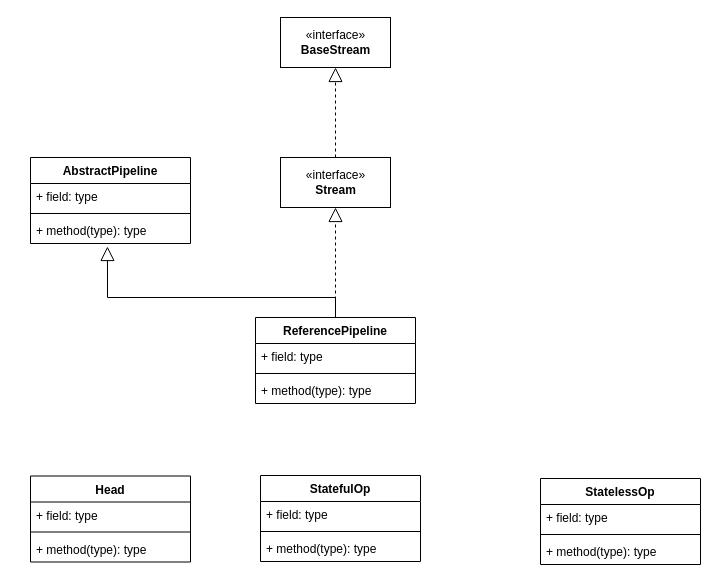
ZiqingYip/moment keeps this draw.io diagram as JavaStream.drawio. Above is the earlier version. Source tidied: cells renumbered, new cells numbered last; positions are measured from the earlier drawing's top-left corner, leaving out a move shared by most shapes. Both pictures are drawn from the tidied source at 100%, with x=0, y=0 at pixel (30, 17).
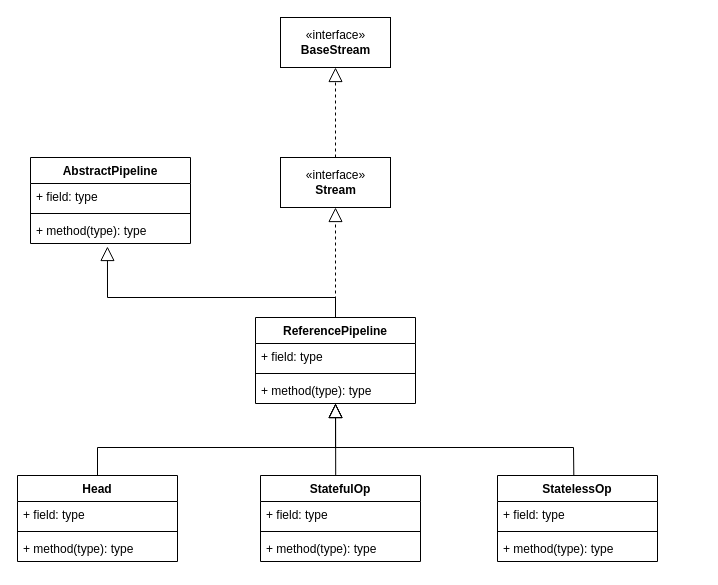
After the change.

The change refers to these unchanged cells:
```xml
<mxCell id="3" value="ReferencePipeline" style="swimlane;fontStyle=1;align=center;verticalAlign=top;horizontal=1;startSize=26;" parent="1" vertex="1">
  <mxGeometry x="225" y="300" width="160" height="86" as="geometry" />
</mxCell>
<mxCell id="15" value="StatefulOp" style="swimlane;fontStyle=1;align=center;verticalAlign=top;horizontal=1;startSize=26;" parent="1" vertex="1">
  <mxGeometry x="230" y="458" width="160" height="86" as="geometry" />
</mxCell>
```

Change to the diagram source:
```diff
@@
     <mxCell id="11" value="Head" style="swimlane;fontStyle=1;align=center;verticalAlign=top;horizontal=1;startSize=26;" parent="1" vertex="1">
-      <mxGeometry y="458.5" width="160" height="86" as="geometry" />
+      <mxGeometry x="-13" y="458" width="160" height="86" as="geometry" />
     </mxCell>
@@
     <mxCell id="19" value="StatelessOp" style="swimlane;fontStyle=1;align=center;verticalAlign=top;horizontal=1;startSize=26;" parent="1" vertex="1">
-      <mxGeometry x="510" y="461" width="160" height="86" as="geometry" />
+      <mxGeometry x="467" y="458" width="160" height="86" as="geometry" />
     </mxCell>
@@
+    <mxCell id="27" style="endArrow=block;endFill=0;endSize=12;html=1;rounded=0;exitX=0.5;exitY=0;exitDx=0;exitDy=0;" parent="1" edge="1" source="11" target="3">
+      <mxGeometry relative="1" as="geometry">
+        <Array as="points">
+          <mxPoint x="67" y="430" />
+          <mxPoint x="305" y="430" />
+        </Array>
+      </mxGeometry>
+    </mxCell>
+    <mxCell id="28" style="endArrow=block;endFill=0;endSize=12;html=1;rounded=0;exitX=0.47;exitY=-0.006;exitDx=0;exitDy=0;exitPerimeter=0;" parent="1" edge="1" source="15" target="3">
+      <mxGeometry relative="1" as="geometry" />
+    </mxCell>
+    <mxCell id="29" style="endArrow=block;endFill=0;endSize=12;html=1;rounded=0;exitX=0.477;exitY=0;exitDx=0;exitDy=0;exitPerimeter=0;" parent="1" edge="1" source="19" target="3">
+      <mxGeometry relative="1" as="geometry">
+        <Array as="points">
+          <mxPoint x="543" y="430" />
+          <mxPoint x="305" y="430" />
+        </Array>
+      </mxGeometry>
+    </mxCell>
```
